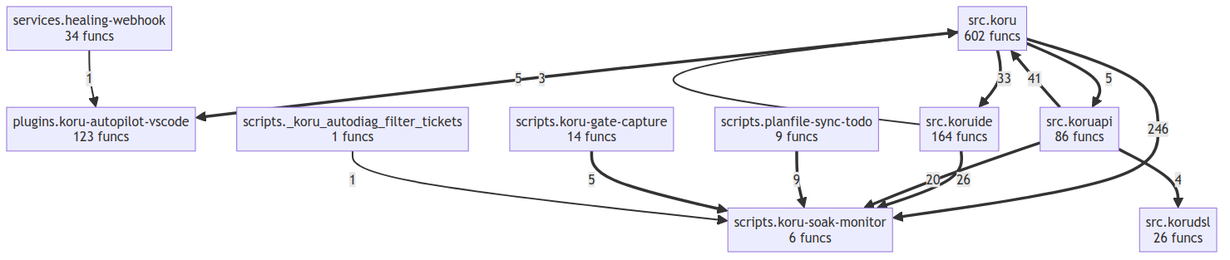
semcod/koru keeps this Mermaid diagram as project/compact_flow.png. Above is the earlier version. Its source is kept beside it as project/compact_flow.mmd.
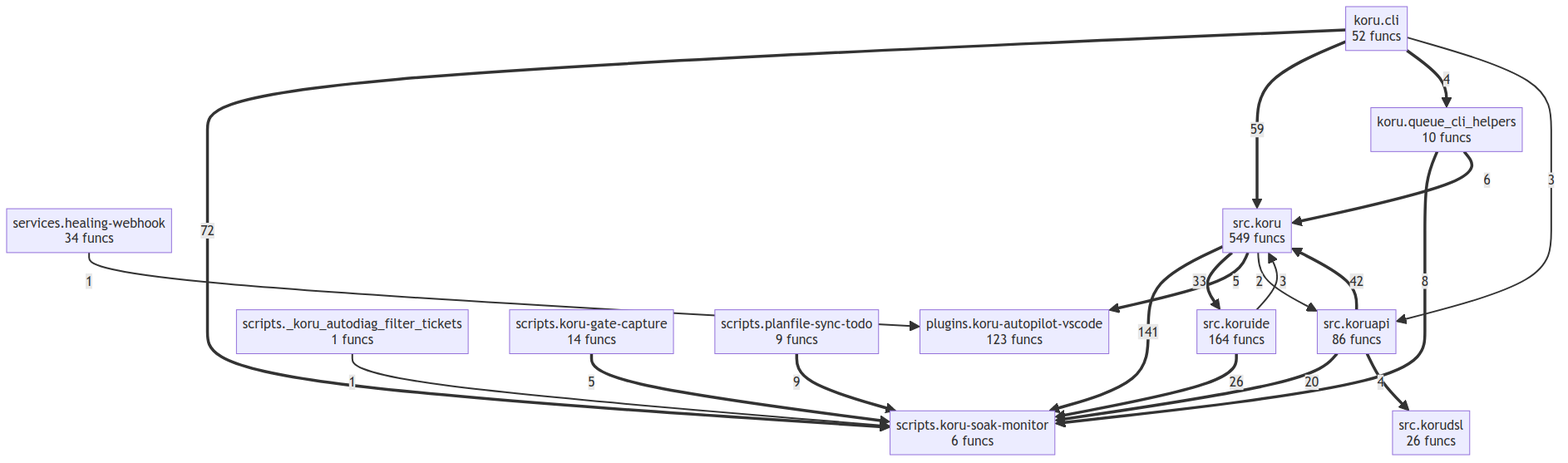
Above is the later version.

What changed in the source:
```diff
@@ -1,24 +1,32 @@
 flowchart TD
+    koru__cli["koru.cli<br/>52 funcs"]
+    koru__queue_cli_helpers["koru.queue_cli_helpers<br/>10 funcs"]
     plugins__koru_autopilot_vscode["plugins.koru-autopilot-vscode<br/>123 funcs"]
     scripts___koru_autodiag_filter_tickets["scripts._koru_autodiag_filter_tickets<br/>1 funcs"]
     scripts__koru_gate_capture["scripts.koru-gate-capture<br/>14 funcs"]
     scripts__koru_soak_monitor["scripts.koru-soak-monitor<br/>6 funcs"]
     scripts__planfile_sync_todo["scripts.planfile-sync-todo<br/>9 funcs"]
     services__healing_webhook["services.healing-webhook<br/>34 funcs"]
-    src__koru["src.koru<br/>602 funcs"]
+    src__koru["src.koru<br/>549 funcs"]
     src__koruapi["src.koruapi<br/>86 funcs"]
     src__korudsl["src.korudsl<br/>26 funcs"]
     src__koruide["src.koruide<br/>164 funcs"]
-    src__koru ==>|246| scripts__koru_soak_monitor
-    src__koruapi ==>|41| src__koru
+    src__koru ==>|141| scripts__koru_soak_monitor
+    koru__cli ==>|72| scripts__koru_soak_monitor
+    koru__cli ==>|59| src__koru
+    src__koruapi ==>|42| src__koru
     src__koru ==>|33| src__koruide
     src__koruide ==>|26| scripts__koru_soak_monitor
     src__koruapi ==>|20| scripts__koru_soak_monitor
     scripts__planfile_sync_todo ==>|9| scripts__koru_soak_monitor
+    koru__queue_cli_helpers ==>|8| scripts__koru_soak_monitor
+    koru__queue_cli_helpers ==>|6| src__koru
     src__koru ==>|5| plugins__koru_autopilot_vscode
-    src__koru ==>|5| src__koruapi
     scripts__koru_gate_capture ==>|5| scripts__koru_soak_monitor
     src__koruapi ==>|4| src__korudsl
+    koru__cli ==>|4| koru__queue_cli_helpers
     src__koruide -->|3| src__koru
+    koru__cli -->|3| src__koruapi
+    src__koru -->|2| src__koruapi
     services__healing_webhook -->|1| plugins__koru_autopilot_vscode
     scripts___koru_autodiag_filter_tickets -->|1| scripts__koru_soak_monitor
```
